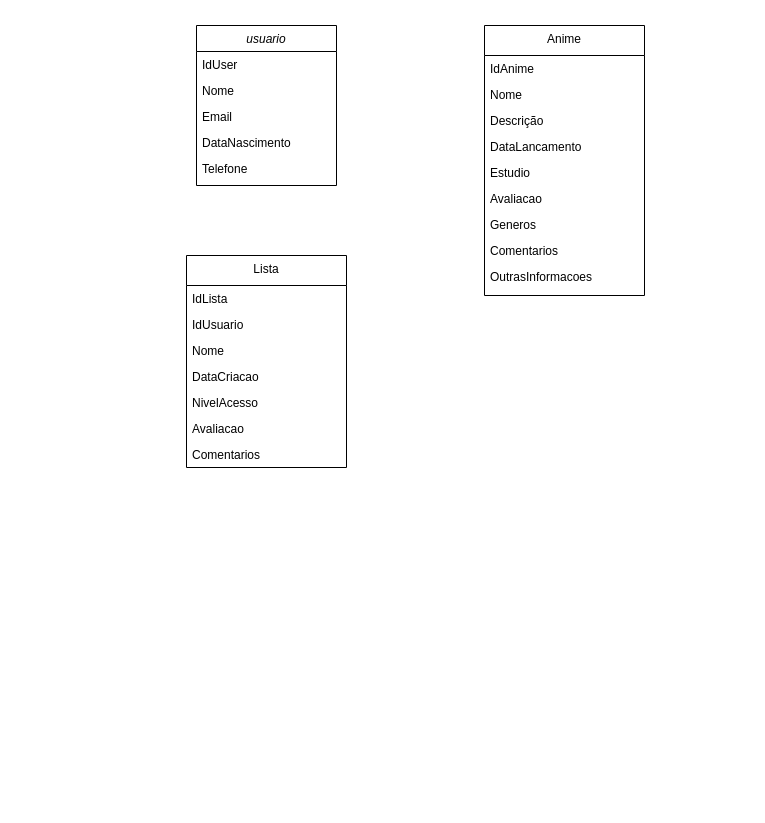
The draw.io diagram EntidadesOmine.drawio in Omine-project/Omine-project, before the edit. Source tidied: cells renumbered, new cells numbered last; positions are measured from the earlier drawing's top-left corner, leaving out a move shared by most shapes. Both pictures are drawn from the tidied source at 100%, with x=0, y=0 at pixel (186, 25).
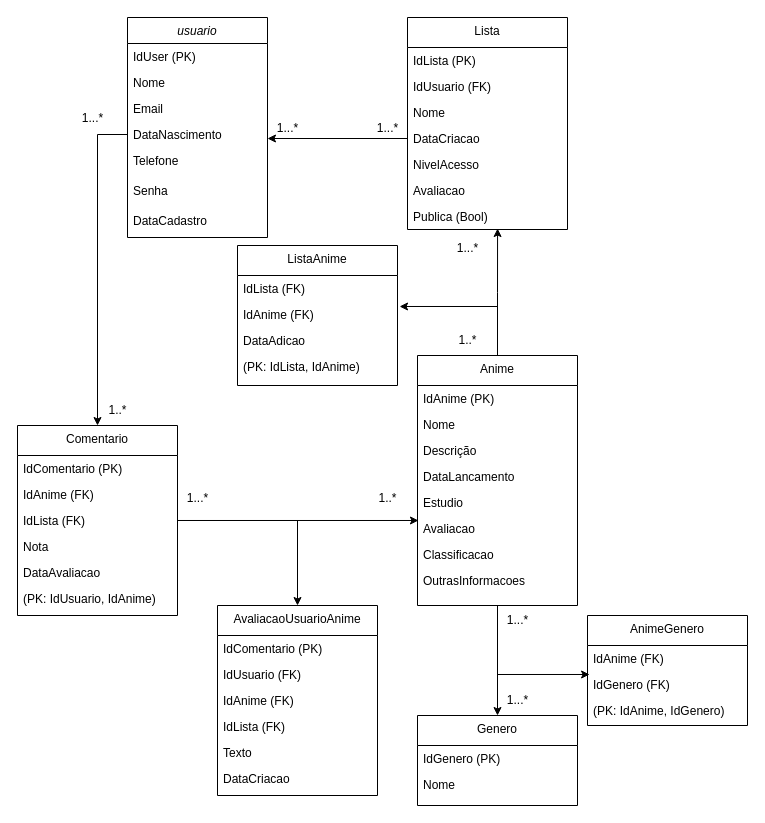
The same diagram, later.

The change refers to these unchanged cells:
```xml
<mxCell id="6" value="DataNascimento" style="text;align=left;verticalAlign=top;spacingLeft=4;spacingRight=4;overflow=hidden;points=[[0,0.5],[1,0.5]];portConstraint=eastwest;rounded=0;shadow=0;html=0;" parent="2" vertex="1">
  <mxGeometry y="104" width="140" height="26" as="geometry" />
</mxCell>
<mxCell id="14" value="Avaliacao" style="text;align=left;verticalAlign=top;spacingLeft=4;spacingRight=4;overflow=hidden;points=[[0,0.5],[1,0.5]];portConstraint=eastwest;rounded=0;shadow=0;html=0;" parent="8" vertex="1">
  <mxGeometry y="160" width="160" height="26" as="geometry" />
</mxCell>
<mxCell id="22" value="DataCriacao" style="text;align=left;verticalAlign=top;spacingLeft=4;spacingRight=4;overflow=hidden;points=[[0,0.5],[1,0.5]];portConstraint=eastwest;rounded=0;shadow=0;html=0;" parent="18" vertex="1">
  <mxGeometry y="108" width="160" height="26" as="geometry" />
</mxCell>
```

Change to the diagram source:
```diff
@@
     <mxCell id="2" value="usuario" style="swimlane;fontStyle=2;align=center;verticalAlign=top;horizontal=1;startSize=26;rounded=0;shadow=0;strokeWidth=1;" parent="1" vertex="1">
-      <mxGeometry x="10" width="140" height="160" as="geometry" />
+      <mxGeometry x="-59" y="-8" width="140" height="220" as="geometry" />
     </mxCell>
-    <mxCell id="3" value="IdUser" style="text;align=left;verticalAlign=top;spacingLeft=4;spacingRight=4;overflow=hidden;" parent="2" vertex="1">
+    <mxCell id="3" value="IdUser (PK)" style="text;align=left;verticalAlign=top;spacingLeft=4;spacingRight=4;overflow=hidden;" parent="2" vertex="1">
       <mxGeometry y="26" width="140" height="26" as="geometry" />
     </mxCell>
@@
     <mxCell id="7" value="Telefone" style="text;align=left;verticalAlign=top;spacingLeft=4;spacingRight=4;overflow=hidden;rounded=0;shadow=0;html=0;" parent="2" vertex="1">
-      <mxGeometry y="130" width="140" height="26" as="geometry" />
+      <mxGeometry y="130" width="140" height="30" as="geometry" />
     </mxCell>
+    <mxCell id="26" value="Senha" style="text;align=left;verticalAlign=top;spacingLeft=4;spacingRight=4;overflow=hidden;rounded=0;shadow=0;html=0;" parent="2" vertex="1">
+      <mxGeometry y="160" width="140" height="30" as="geometry" />
+    </mxCell>
+    <mxCell id="27" value="DataCadastro" style="text;align=left;verticalAlign=top;spacingLeft=4;spacingRight=4;overflow=hidden;rounded=0;shadow=0;html=0;" parent="2" vertex="1">
+      <mxGeometry y="190" width="140" height="30" as="geometry" />
+    </mxCell>
+    <mxCell id="28" style="edgeStyle=orthogonalEdgeStyle;rounded=0;jettySize=auto;html=1;entryX=0.5;entryY=0;entryDx=0;entryDy=0;" parent="1" edge="1" source="8" target="49">
+      <mxGeometry relative="1" as="geometry" />
+    </mxCell>
     <mxCell id="8" value="Anime" style="swimlane;fontStyle=0;align=center;verticalAlign=top;horizontal=1;startSize=30;rounded=0;shadow=0;strokeWidth=1;" parent="1" vertex="1">
-      <mxGeometry x="298" width="160" height="270" as="geometry" />
+      <mxGeometry x="231" y="330" width="160" height="250" as="geometry" />
     </mxCell>
-    <mxCell id="9" value="IdAnime" style="text;align=left;verticalAlign=top;spacingLeft=4;spacingRight=4;overflow=hidden;" parent="8" vertex="1">
+    <mxCell id="9" value="IdAnime (PK)" style="text;align=left;verticalAlign=top;spacingLeft=4;spacingRight=4;overflow=hidden;" parent="8" vertex="1">
       <mxGeometry y="30" width="160" height="26" as="geometry" />
     </mxCell>
@@
-    <mxCell id="15" value="Generos" style="text;align=left;verticalAlign=top;spacingLeft=4;spacingRight=4;overflow=hidden;rounded=0;shadow=0;html=0;" parent="8" vertex="1">
+    <mxCell id="15" value="Classificacao" style="text;align=left;verticalAlign=top;spacingLeft=4;spacingRight=4;overflow=hidden;rounded=0;shadow=0;html=0;" parent="8" vertex="1">
       <mxGeometry y="186" width="160" height="26" as="geometry" />
     </mxCell>
-    <mxCell id="16" value="Comentarios" style="text;align=left;verticalAlign=top;spacingLeft=4;spacingRight=4;overflow=hidden;rounded=0;shadow=0;html=0;" parent="8" vertex="1">
-      <mxGeometry y="212" width="160" height="26" as="geometry" />
-    </mxCell>
     <mxCell id="17" value="OutrasInformacoes" style="text;align=left;verticalAlign=top;spacingLeft=4;spacingRight=4;overflow=hidden;rounded=0;shadow=0;html=0;" parent="8" vertex="1">
-      <mxGeometry y="238" width="160" height="22" as="geometry" />
+      <mxGeometry y="212" width="160" height="22" as="geometry" />
     </mxCell>
     <mxCell id="18" value="Lista" style="swimlane;fontStyle=0;align=center;verticalAlign=top;horizontal=1;startSize=30;rounded=0;shadow=0;strokeWidth=1;" parent="1" vertex="1">
-      <mxGeometry y="230" width="160" height="212" as="geometry" />
+      <mxGeometry x="221" y="-8" width="160" height="212" as="geometry" />
     </mxCell>
-    <mxCell id="19" value="IdLista" style="text;align=left;verticalAlign=top;spacingLeft=4;spacingRight=4;overflow=hidden;" parent="18" vertex="1">
+    <mxCell id="19" value="IdLista (PK)" style="text;align=left;verticalAlign=top;spacingLeft=4;spacingRight=4;overflow=hidden;" parent="18" vertex="1">
       <mxGeometry y="30" width="160" height="26" as="geometry" />
     </mxCell>
-    <mxCell id="20" value="IdUsuario" style="text;align=left;verticalAlign=top;spacingLeft=4;spacingRight=4;overflow=hidden;rounded=0;shadow=0;html=0;" parent="18" vertex="1">
+    <mxCell id="20" value="IdUsuario (FK)" style="text;align=left;verticalAlign=top;spacingLeft=4;spacingRight=4;overflow=hidden;rounded=0;shadow=0;html=0;" parent="18" vertex="1">
       <mxGeometry y="56" width="160" height="26" as="geometry" />
     </mxCell>
@@
+    <mxCell id="29" style="edgeStyle=orthogonalEdgeStyle;rounded=0;jettySize=auto;html=1;exitX=0;exitY=0.5;exitDx=0;exitDy=0;" parent="18" edge="1" source="22">
+      <mxGeometry relative="1" as="geometry">
+        <mxPoint x="-140" y="121" as="targetPoint" />
+      </mxGeometry>
+    </mxCell>
@@
-    <mxCell id="25" value="Comentarios" style="text;align=left;verticalAlign=top;spacingLeft=4;spacingRight=4;overflow=hidden;points=[[0,0.5],[1,0.5]];portConstraint=eastwest;rounded=0;shadow=0;html=0;" parent="18" vertex="1">
+    <mxCell id="25" value="Publica (Bool)" style="text;align=left;verticalAlign=top;spacingLeft=4;spacingRight=4;overflow=hidden;points=[[0,0.5],[1,0.5]];portConstraint=eastwest;rounded=0;shadow=0;html=0;" parent="18" vertex="1">
       <mxGeometry y="186" width="160" height="26" as="geometry" />
     </mxCell>
+    <mxCell id="30" value="ListaAnime" style="swimlane;fontStyle=0;align=center;verticalAlign=top;horizontal=1;startSize=30;rounded=0;shadow=0;strokeWidth=1;" parent="1" vertex="1">
+      <mxGeometry x="51" y="220" width="160" height="140" as="geometry" />
+    </mxCell>
+    <mxCell id="31" value="IdLista (FK)" style="text;align=left;verticalAlign=top;spacingLeft=4;spacingRight=4;overflow=hidden;" parent="30" vertex="1">
+      <mxGeometry y="30" width="160" height="26" as="geometry" />
+    </mxCell>
+    <mxCell id="32" value="IdAnime (FK)" style="text;align=left;verticalAlign=top;spacingLeft=4;spacingRight=4;overflow=hidden;points=[[0,0.5],[1,0.5]];portConstraint=eastwest;rounded=0;shadow=0;html=0;" parent="30" vertex="1">
+      <mxGeometry y="56" width="160" height="26" as="geometry" />
+    </mxCell>
+    <mxCell id="33" value="DataAdicao" style="text;align=left;verticalAlign=top;spacingLeft=4;spacingRight=4;overflow=hidden;rounded=0;shadow=0;html=0;" parent="30" vertex="1">
+      <mxGeometry y="82" width="160" height="26" as="geometry" />
+    </mxCell>
+    <mxCell id="34" value="(PK: IdLista, IdAnime)" style="text;align=left;verticalAlign=top;spacingLeft=4;spacingRight=4;overflow=hidden;rounded=0;shadow=0;html=0;" parent="30" vertex="1">
+      <mxGeometry y="108" width="160" height="26" as="geometry" />
+    </mxCell>
+    <mxCell id="35" value="AvaliacaoUsuarioAnime" style="swimlane;fontStyle=0;align=center;verticalAlign=top;horizontal=1;startSize=30;rounded=0;shadow=0;strokeWidth=1;" parent="1" vertex="1">
+      <mxGeometry x="31" y="580" width="160" height="190" as="geometry" />
+    </mxCell>
+    <mxCell id="36" value="IdComentario (PK)" style="text;align=left;verticalAlign=top;spacingLeft=4;spacingRight=4;overflow=hidden;" parent="35" vertex="1">
+      <mxGeometry y="30" width="160" height="26" as="geometry" />
+    </mxCell>
+    <mxCell id="37" value="IdUsuario (FK)" style="text;align=left;verticalAlign=top;spacingLeft=4;spacingRight=4;overflow=hidden;rounded=0;shadow=0;html=0;" parent="35" vertex="1">
+      <mxGeometry y="56" width="160" height="26" as="geometry" />
+    </mxCell>
+    <mxCell id="38" value="IdAnime (FK)" style="text;align=left;verticalAlign=top;spacingLeft=4;spacingRight=4;overflow=hidden;rounded=0;shadow=0;html=0;" parent="35" vertex="1">
+      <mxGeometry y="82" width="160" height="26" as="geometry" />
+    </mxCell>
+    <mxCell id="39" value="IdLista (FK)" style="text;align=left;verticalAlign=top;spacingLeft=4;spacingRight=4;overflow=hidden;rounded=0;shadow=0;html=0;" parent="35" vertex="1">
+      <mxGeometry y="108" width="160" height="26" as="geometry" />
+    </mxCell>
+    <mxCell id="40" value="Texto" style="text;align=left;verticalAlign=top;spacingLeft=4;spacingRight=4;overflow=hidden;rounded=0;shadow=0;html=0;" parent="35" vertex="1">
+      <mxGeometry y="134" width="160" height="26" as="geometry" />
+    </mxCell>
+    <mxCell id="41" value="DataCriacao" style="text;align=left;verticalAlign=top;spacingLeft=4;spacingRight=4;overflow=hidden;rounded=0;shadow=0;html=0;" parent="35" vertex="1">
+      <mxGeometry y="160" width="160" height="26" as="geometry" />
+    </mxCell>
+    <mxCell id="42" value="Comentario" style="swimlane;fontStyle=0;align=center;verticalAlign=top;horizontal=1;startSize=30;rounded=0;shadow=0;strokeWidth=1;" parent="1" vertex="1">
+      <mxGeometry x="-169" y="400" width="160" height="190" as="geometry" />
+    </mxCell>
+    <mxCell id="43" value="IdComentario (PK)" style="text;align=left;verticalAlign=top;spacingLeft=4;spacingRight=4;overflow=hidden;" parent="42" vertex="1">
+      <mxGeometry y="30" width="160" height="26" as="geometry" />
+    </mxCell>
+    <mxCell id="44" value="IdAnime (FK)" style="text;align=left;verticalAlign=top;spacingLeft=4;spacingRight=4;overflow=hidden;rounded=0;shadow=0;html=0;" parent="42" vertex="1">
+      <mxGeometry y="56" width="160" height="26" as="geometry" />
+    </mxCell>
+    <mxCell id="45" value="IdLista (FK)" style="text;align=left;verticalAlign=top;spacingLeft=4;spacingRight=4;overflow=hidden;points=[[0,0.5],[1,0.5]];portConstraint=eastwest;rounded=0;shadow=0;html=0;" parent="42" vertex="1">
+      <mxGeometry y="82" width="160" height="26" as="geometry" />
+    </mxCell>
+    <mxCell id="46" value="Nota" style="text;align=left;verticalAlign=top;spacingLeft=4;spacingRight=4;overflow=hidden;rounded=0;shadow=0;html=0;" parent="42" vertex="1">
+      <mxGeometry y="108" width="160" height="26" as="geometry" />
+    </mxCell>
+    <mxCell id="47" value="DataAvaliacao" style="text;align=left;verticalAlign=top;spacingLeft=4;spacingRight=4;overflow=hidden;rounded=0;shadow=0;html=0;" parent="42" vertex="1">
+      <mxGeometry y="134" width="160" height="26" as="geometry" />
+    </mxCell>
+    <mxCell id="48" value="(PK: IdUsuario, IdAnime)" style="text;align=left;verticalAlign=top;spacingLeft=4;spacingRight=4;overflow=hidden;rounded=0;shadow=0;html=0;" parent="42" vertex="1">
+      <mxGeometry y="160" width="160" height="26" as="geometry" />
+    </mxCell>
+    <mxCell id="49" value="Genero" style="swimlane;fontStyle=0;align=center;verticalAlign=top;horizontal=1;startSize=30;rounded=0;shadow=0;strokeWidth=1;" parent="1" vertex="1">
+      <mxGeometry x="231" y="690" width="160" height="90" as="geometry" />
+    </mxCell>
+    <mxCell id="50" value="IdGenero (PK)" style="text;align=left;verticalAlign=top;spacingLeft=4;spacingRight=4;overflow=hidden;" parent="49" vertex="1">
+      <mxGeometry y="30" width="160" height="26" as="geometry" />
+    </mxCell>
+    <mxCell id="51" value="Nome" style="text;align=left;verticalAlign=top;spacingLeft=4;spacingRight=4;overflow=hidden;rounded=0;shadow=0;html=0;" parent="49" vertex="1">
+      <mxGeometry y="56" width="160" height="26" as="geometry" />
+    </mxCell>
+    <mxCell id="52" value="AnimeGenero" style="swimlane;fontStyle=0;align=center;verticalAlign=top;horizontal=1;startSize=30;rounded=0;shadow=0;strokeWidth=1;" parent="1" vertex="1">
+      <mxGeometry x="401" y="590" width="160" height="110" as="geometry" />
+    </mxCell>
+    <mxCell id="53" value="IdAnime (FK)" style="text;align=left;verticalAlign=top;spacingLeft=4;spacingRight=4;overflow=hidden;" parent="52" vertex="1">
+      <mxGeometry y="30" width="160" height="26" as="geometry" />
+    </mxCell>
+    <mxCell id="54" value="IdGenero (FK)" style="text;align=left;verticalAlign=top;spacingLeft=4;spacingRight=4;overflow=hidden;points=[[0,0.5],[1,0.5]];portConstraint=eastwest;rounded=0;shadow=0;html=0;" parent="52" vertex="1">
+      <mxGeometry y="56" width="160" height="26" as="geometry" />
+    </mxCell>
+    <mxCell id="55" value="(PK: IdAnime, IdGenero)" style="text;align=left;verticalAlign=top;spacingLeft=4;spacingRight=4;overflow=hidden;rounded=0;shadow=0;html=0;" parent="52" vertex="1">
+      <mxGeometry y="82" width="160" height="26" as="geometry" />
+    </mxCell>
+    <mxCell id="56" value="1...*" style="text;html=1;align=center;verticalAlign=middle;strokeColor=none;fillColor=none;" parent="1" vertex="1">
+      <mxGeometry x="181" y="88" width="40" height="30" as="geometry" />
+    </mxCell>
+    <mxCell id="57" value="1...*" style="text;html=1;align=center;verticalAlign=middle;strokeColor=none;fillColor=none;" parent="1" vertex="1">
+      <mxGeometry x="81" y="88" width="40" height="30" as="geometry" />
+    </mxCell>
+    <mxCell id="58" style="edgeStyle=orthogonalEdgeStyle;rounded=0;jettySize=auto;html=1;entryX=0.563;entryY=0.962;entryDx=0;entryDy=0;entryPerimeter=0;" parent="1" edge="1" source="8" target="25">
+      <mxGeometry relative="1" as="geometry" />
+    </mxCell>
+    <mxCell id="59" value="1..*" style="text;html=1;align=center;verticalAlign=middle;strokeColor=none;fillColor=none;" parent="1" vertex="1">
+      <mxGeometry x="261" y="300" width="40" height="30" as="geometry" />
+    </mxCell>
+    <mxCell id="60" value="1...*" style="text;html=1;align=center;verticalAlign=middle;strokeColor=none;fillColor=none;" parent="1" vertex="1">
+      <mxGeometry x="261" y="208" width="40" height="30" as="geometry" />
+    </mxCell>
+    <mxCell id="61" style="edgeStyle=orthogonalEdgeStyle;rounded=0;jettySize=auto;html=1;exitX=0.5;exitY=0;exitDx=0;exitDy=0;entryX=1.013;entryY=0.192;entryDx=0;entryDy=0;entryPerimeter=0;" parent="1" edge="1" source="8" target="32">
+      <mxGeometry relative="1" as="geometry" />
+    </mxCell>
+    <mxCell id="62" style="edgeStyle=orthogonalEdgeStyle;rounded=0;jettySize=auto;html=1;exitX=0;exitY=0.5;exitDx=0;exitDy=0;entryX=0.5;entryY=0;entryDx=0;entryDy=0;" parent="1" edge="1" source="6" target="42">
+      <mxGeometry relative="1" as="geometry" />
+    </mxCell>
+    <mxCell id="63" style="edgeStyle=orthogonalEdgeStyle;rounded=0;jettySize=auto;html=1;entryX=0.006;entryY=0.192;entryDx=0;entryDy=0;entryPerimeter=0;" parent="1" edge="1" source="45" target="14">
+      <mxGeometry relative="1" as="geometry" />
+    </mxCell>
+    <mxCell id="64" style="edgeStyle=orthogonalEdgeStyle;rounded=0;jettySize=auto;html=1;entryX=0.5;entryY=0;entryDx=0;entryDy=0;" parent="1" edge="1" source="45" target="35">
+      <mxGeometry relative="1" as="geometry" />
+    </mxCell>
+    <mxCell id="65" value="1..*" style="text;html=1;align=center;verticalAlign=middle;strokeColor=none;fillColor=none;" parent="1" vertex="1">
+      <mxGeometry x="-89" y="370" width="40" height="30" as="geometry" />
+    </mxCell>
+    <mxCell id="66" value="1..*" style="text;html=1;align=center;verticalAlign=middle;strokeColor=none;fillColor=none;" parent="1" vertex="1">
+      <mxGeometry x="181" y="458" width="40" height="30" as="geometry" />
+    </mxCell>
+    <mxCell id="67" value="1...*" style="text;html=1;align=center;verticalAlign=middle;strokeColor=none;fillColor=none;" parent="1" vertex="1">
+      <mxGeometry x="-114" y="78" width="40" height="30" as="geometry" />
+    </mxCell>
+    <mxCell id="68" value="1...*" style="text;html=1;align=center;verticalAlign=middle;strokeColor=none;fillColor=none;" parent="1" vertex="1">
+      <mxGeometry x="-9" y="458" width="40" height="30" as="geometry" />
+    </mxCell>
+    <mxCell id="69" style="edgeStyle=orthogonalEdgeStyle;rounded=0;jettySize=auto;html=1;exitX=0.5;exitY=1;exitDx=0;exitDy=0;entryX=0.013;entryY=0.115;entryDx=0;entryDy=0;entryPerimeter=0;" parent="1" edge="1" source="8" target="54">
+      <mxGeometry relative="1" as="geometry" />
+    </mxCell>
+    <mxCell id="70" value="1...*" style="text;html=1;align=center;verticalAlign=middle;strokeColor=none;fillColor=none;" parent="1" vertex="1">
+      <mxGeometry x="311" y="580" width="40" height="30" as="geometry" />
+    </mxCell>
+    <mxCell id="71" value="1...*" style="text;html=1;align=center;verticalAlign=middle;strokeColor=none;fillColor=none;" parent="1" vertex="1">
+      <mxGeometry x="311" y="660" width="40" height="30" as="geometry" />
+    </mxCell>
```
